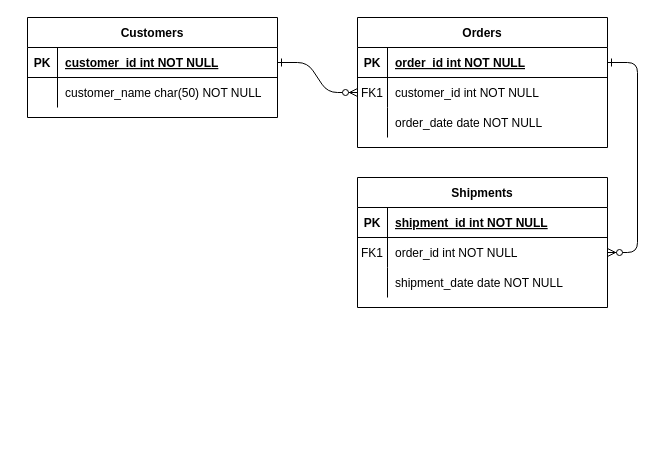
This is Untitled Diagram.drawio from Nebojsa001/Online-rezervacija-termina-RMBMS, a draw.io file, before an edit. Source tidied: cells renumbered, new cells numbered last; positions are measured from the earlier drawing's top-left corner, leaving out a move shared by most shapes. Both pictures are drawn from the tidied source at 100%, with x=0, y=0 at pixel (27, 17).
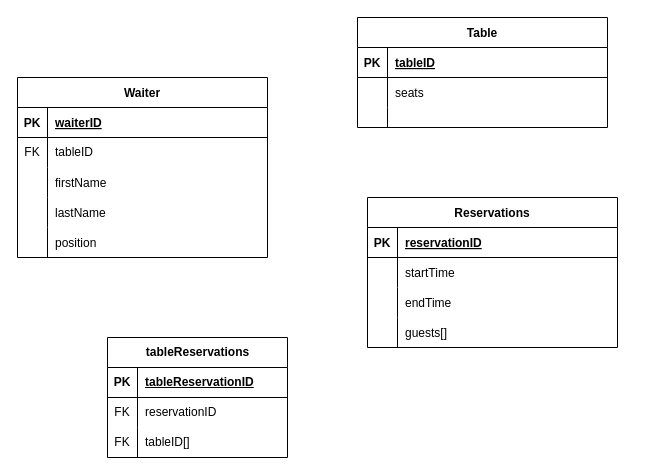
The same page after the edit.

The change refers to these unchanged cells:
```xml
<mxCell id="5" style="shape=partialRectangle;fillColor=none;points=[[0,0.5],[1,0.5]];portConstraint=eastwest;top=0;left=0;right=0;bottom=1;" parent="4" vertex="1">
  <mxGeometry y="30" width="250" height="30" as="geometry" />
</mxCell>
<mxCell id="8" style="shape=partialRectangle;fillColor=none;points=[[0,0.5],[1,0.5]];portConstraint=eastwest;top=0;left=0;right=0;bottom=0;" parent="4" vertex="1">
  <mxGeometry y="60" width="250" height="30" as="geometry" />
</mxCell>
<mxCell id="15" style="shape=partialRectangle;fillColor=none;top=0;left=0;right=0;bottom=1;" parent="14" vertex="1">
  <mxGeometry y="30" width="250" height="30" as="geometry" />
</mxCell>
<mxCell id="25" style="shape=partialRectangle;fillColor=none;points=[[0,0.5],[1,0.5]];portConstraint=eastwest;top=0;left=0;right=0;bottom=1;" parent="24" vertex="1">
  <mxGeometry y="30" width="250" height="30" as="geometry" />
</mxCell>
```

Diff of the diagram source:
```diff
@@
-    <mxCell id="2" style="edgeStyle=entityRelationEdgeStyle;endArrow=ERzeroToMany;startArrow=ERone;endFill=1;startFill=0;" parent="1" edge="1" source="25" target="8">
-      <mxGeometry relative="1" as="geometry" />
-    </mxCell>
-    <mxCell id="3" style="edgeStyle=entityRelationEdgeStyle;endArrow=ERzeroToMany;startArrow=ERone;endFill=1;startFill=0;" parent="1" edge="1" source="5" target="18">
-      <mxGeometry relative="1" as="geometry" />
-    </mxCell>
-    <mxCell id="4" value="Orders" style="shape=table;startSize=30;childLayout=tableLayout;rowLines=0;fontStyle=1;align=center;" parent="1" vertex="1">
-      <mxGeometry x="330" width="250" height="130" as="geometry" />
+    <mxCell id="4" value="Table" style="shape=table;startSize=30;childLayout=tableLayout;rowLines=0;fontStyle=1;align=center;" parent="1" vertex="1">
+      <mxGeometry x="330" width="250" height="110" as="geometry" />
     </mxCell>
@@
-    <mxCell id="7" value="order_id int NOT NULL " style="shape=partialRectangle;overflow=hidden;fillColor=none;top=0;left=0;bottom=0;right=0;align=left;spacingLeft=6;fontStyle=5;" parent="5" vertex="1">
+    <mxCell id="7" value="tableID" style="shape=partialRectangle;overflow=hidden;fillColor=none;top=0;left=0;bottom=0;right=0;align=left;spacingLeft=6;fontStyle=5;" parent="5" vertex="1">
       <mxGeometry x="30" width="220" height="30" as="geometry" />
     </mxCell>
@@
-    <mxCell id="9" value="FK1" style="shape=partialRectangle;overflow=hidden;fillColor=none;top=0;left=0;bottom=0;right=0;" parent="8" vertex="1">
+    <mxCell id="9" style="shape=partialRectangle;overflow=hidden;fillColor=none;top=0;left=0;bottom=0;right=0;" parent="8" vertex="1">
       <mxGeometry width="30" height="30" as="geometry" />
     </mxCell>
-    <mxCell id="10" value="customer_id int NOT NULL" style="shape=partialRectangle;overflow=hidden;fillColor=none;top=0;left=0;bottom=0;right=0;align=left;spacingLeft=6;" parent="8" vertex="1">
+    <mxCell id="10" value="seats" style="shape=partialRectangle;overflow=hidden;fillColor=none;top=0;left=0;bottom=0;right=0;align=left;spacingLeft=6;" parent="8" vertex="1">
       <mxGeometry x="30" width="220" height="30" as="geometry" />
     </mxCell>
     <mxCell id="11" style="shape=partialRectangle;fillColor=none;top=0;left=0;right=0;bottom=0;" parent="4" vertex="1">
-      <mxGeometry y="90" width="250" height="30" as="geometry" />
+      <mxGeometry y="90" width="250" height="20" as="geometry" />
     </mxCell>
     <mxCell id="12" style="shape=partialRectangle;overflow=hidden;fillColor=none;top=0;left=0;bottom=0;right=0;" parent="11" vertex="1">
-      <mxGeometry width="30" height="30" as="geometry" />
+      <mxGeometry width="30" height="20" as="geometry" />
     </mxCell>
-    <mxCell id="13" value="order_date date NOT NULL" style="shape=partialRectangle;overflow=hidden;fillColor=none;top=0;left=0;bottom=0;right=0;align=left;spacingLeft=6;" parent="11" vertex="1">
-      <mxGeometry x="30" width="220" height="30" as="geometry" />
+    <mxCell id="13" style="shape=partialRectangle;overflow=hidden;fillColor=none;top=0;left=0;bottom=0;right=0;align=left;spacingLeft=6;" parent="11" vertex="1">
+      <mxGeometry x="30" width="220" height="20" as="geometry" />
     </mxCell>
-    <mxCell id="14" value="Shipments" style="shape=table;startSize=30;childLayout=tableLayout;rowLines=0;fontStyle=1;align=center;" parent="1" vertex="1">
-      <mxGeometry x="330" y="160" width="250" height="130" as="geometry" />
+    <mxCell id="14" value="Reservations" style="shape=table;startSize=30;childLayout=tableLayout;rowLines=0;fontStyle=1;align=center;" parent="1" vertex="1">
+      <mxGeometry x="340" y="180" width="250" height="150" as="geometry" />
     </mxCell>
@@
-    <mxCell id="17" value="shipment_id int NOT NULL " style="shape=partialRectangle;overflow=hidden;fillColor=none;top=0;left=0;bottom=0;right=0;align=left;spacingLeft=6;fontStyle=5;" parent="15" vertex="1">
+    <mxCell id="17" value="reservationID" style="shape=partialRectangle;overflow=hidden;fillColor=none;top=0;left=0;bottom=0;right=0;align=left;spacingLeft=6;fontStyle=5;" parent="15" vertex="1">
       <mxGeometry x="30" width="220" height="30" as="geometry" />
     </mxCell>
-    <mxCell id="18" style="shape=partialRectangle;fillColor=none;points=[[0,0.5],[1,0.5]];portConstraint=eastwest;top=0;left=0;right=0;bottom=0;" parent="14" vertex="1">
-      <mxGeometry y="60" width="250" height="30" as="geometry" />
-    </mxCell>
-    <mxCell id="19" value="FK1" style="shape=partialRectangle;overflow=hidden;fillColor=none;top=0;left=0;bottom=0;right=0;" parent="18" vertex="1">
-      <mxGeometry width="30" height="30" as="geometry" />
-    </mxCell>
-    <mxCell id="20" value="order_id int NOT NULL" style="shape=partialRectangle;overflow=hidden;fillColor=none;top=0;left=0;bottom=0;right=0;align=left;spacingLeft=6;" parent="18" vertex="1">
-      <mxGeometry x="30" width="220" height="30" as="geometry" />
-    </mxCell>
     <mxCell id="21" style="shape=partialRectangle;fillColor=none;top=0;left=0;right=0;bottom=0;" parent="14" vertex="1">
-      <mxGeometry y="90" width="250" height="30" as="geometry" />
+      <mxGeometry y="60" width="250" height="30" as="geometry" />
     </mxCell>
@@
-    <mxCell id="23" value="shipment_date date NOT NULL" style="shape=partialRectangle;overflow=hidden;fillColor=none;top=0;left=0;bottom=0;right=0;align=left;spacingLeft=6;" parent="21" vertex="1">
+    <mxCell id="23" value="startTime" style="shape=partialRectangle;overflow=hidden;fillColor=none;top=0;left=0;bottom=0;right=0;align=left;spacingLeft=6;" parent="21" vertex="1">
       <mxGeometry x="30" width="220" height="30" as="geometry" />
     </mxCell>
+    <mxCell id="31" style="shape=tableRow;horizontal=0;startSize=0;swimlaneHead=0;swimlaneBody=0;fillColor=none;top=0;left=0;right=0;bottom=0;" parent="14" vertex="1">
+      <mxGeometry y="90" width="250" height="30" as="geometry" />
+    </mxCell>
+    <mxCell id="32" style="shape=partialRectangle;fillColor=none;top=0;left=0;bottom=0;right=0;overflow=hidden;" parent="31" vertex="1">
+      <mxGeometry width="30" height="30" as="geometry" />
+    </mxCell>
+    <mxCell id="33" value="endTime" style="shape=partialRectangle;fillColor=none;top=0;left=0;bottom=0;right=0;align=left;spacingLeft=6;overflow=hidden;" parent="31" vertex="1">
+      <mxGeometry x="30" width="220" height="30" as="geometry" />
+    </mxCell>
+    <mxCell id="34" style="shape=tableRow;horizontal=0;startSize=0;swimlaneHead=0;swimlaneBody=0;fillColor=none;top=0;left=0;right=0;bottom=0;" parent="14" vertex="1">
+      <mxGeometry y="120" width="250" height="30" as="geometry" />
+    </mxCell>
+    <mxCell id="35" style="shape=partialRectangle;fillColor=none;top=0;left=0;bottom=0;right=0;overflow=hidden;" parent="34" vertex="1">
+      <mxGeometry width="30" height="30" as="geometry" />
+    </mxCell>
+    <mxCell id="36" value="guests[]" style="shape=partialRectangle;fillColor=none;top=0;left=0;bottom=0;right=0;align=left;spacingLeft=6;overflow=hidden;" parent="34" vertex="1">
+      <mxGeometry x="30" width="220" height="30" as="geometry" />
+    </mxCell>
-    <mxCell id="24" value="Customers" style="shape=table;startSize=30;childLayout=tableLayout;rowLines=0;fontStyle=1;align=center;" parent="1" vertex="1">
-      <mxGeometry width="250" height="100" as="geometry" />
+    <mxCell id="24" value="Waiter" style="shape=table;startSize=30;childLayout=tableLayout;rowLines=0;fontStyle=1;align=center;" parent="1" vertex="1">
+      <mxGeometry x="-10" y="60" width="250" height="180" as="geometry" />
     </mxCell>
@@
-    <mxCell id="27" value="customer_id int NOT NULL " style="shape=partialRectangle;overflow=hidden;fillColor=none;top=0;left=0;bottom=0;right=0;align=left;spacingLeft=6;fontStyle=5;" parent="25" vertex="1">
+    <mxCell id="27" value="waiterID" style="shape=partialRectangle;overflow=hidden;fillColor=none;top=0;left=0;bottom=0;right=0;align=left;spacingLeft=6;fontStyle=5;" parent="25" vertex="1">
       <mxGeometry x="30" width="220" height="30" as="geometry" />
     </mxCell>
+    <mxCell id="37" style="shape=tableRow;horizontal=0;startSize=0;swimlaneHead=0;swimlaneBody=0;fillColor=none;top=0;left=0;right=0;bottom=0;" parent="24" vertex="1">
+      <mxGeometry y="60" width="250" height="30" as="geometry" />
+    </mxCell>
+    <mxCell id="38" value="FK" style="shape=partialRectangle;fillColor=none;top=0;left=0;bottom=0;right=0;fontStyle=0;overflow=hidden;whiteSpace=wrap;html=1;" parent="37" vertex="1">
+      <mxGeometry width="30" height="30" as="geometry" />
+    </mxCell>
+    <mxCell id="39" value="tableID" style="shape=partialRectangle;fillColor=none;top=0;left=0;bottom=0;right=0;align=left;spacingLeft=6;fontStyle=0;overflow=hidden;whiteSpace=wrap;html=1;" parent="37" vertex="1">
+      <mxGeometry x="30" width="220" height="30" as="geometry" />
+    </mxCell>
     <mxCell id="28" style="shape=partialRectangle;fillColor=none;top=0;left=0;right=0;bottom=0;" parent="24" vertex="1">
-      <mxGeometry y="60" width="250" height="30" as="geometry" />
+      <mxGeometry y="90" width="250" height="30" as="geometry" />
     </mxCell>
@@
-    <mxCell id="30" value="customer_name char(50) NOT NULL" style="shape=partialRectangle;overflow=hidden;fillColor=none;top=0;left=0;bottom=0;right=0;align=left;spacingLeft=6;" parent="28" vertex="1">
+    <mxCell id="30" value="firstName" style="shape=partialRectangle;overflow=hidden;fillColor=none;top=0;left=0;bottom=0;right=0;align=left;spacingLeft=6;" parent="28" vertex="1">
       <mxGeometry x="30" width="220" height="30" as="geometry" />
     </mxCell>
+    <mxCell id="40" style="shape=tableRow;horizontal=0;startSize=0;swimlaneHead=0;swimlaneBody=0;fillColor=none;top=0;left=0;right=0;bottom=0;" parent="24" vertex="1">
+      <mxGeometry y="120" width="250" height="30" as="geometry" />
+    </mxCell>
+    <mxCell id="41" style="shape=partialRectangle;fillColor=none;top=0;left=0;bottom=0;right=0;overflow=hidden;" parent="40" vertex="1">
+      <mxGeometry width="30" height="30" as="geometry" />
+    </mxCell>
+    <mxCell id="42" value="lastName" style="shape=partialRectangle;fillColor=none;top=0;left=0;bottom=0;right=0;align=left;spacingLeft=6;overflow=hidden;" parent="40" vertex="1">
+      <mxGeometry x="30" width="220" height="30" as="geometry" />
+    </mxCell>
+    <mxCell id="43" style="shape=tableRow;horizontal=0;startSize=0;swimlaneHead=0;swimlaneBody=0;fillColor=none;top=0;left=0;right=0;bottom=0;" parent="24" vertex="1">
+      <mxGeometry y="150" width="250" height="30" as="geometry" />
+    </mxCell>
+    <mxCell id="44" style="shape=partialRectangle;fillColor=none;top=0;left=0;bottom=0;right=0;overflow=hidden;" parent="43" vertex="1">
+      <mxGeometry width="30" height="30" as="geometry" />
+    </mxCell>
+    <mxCell id="45" value="position" style="shape=partialRectangle;fillColor=none;top=0;left=0;bottom=0;right=0;align=left;spacingLeft=6;overflow=hidden;" parent="43" vertex="1">
+      <mxGeometry x="30" width="220" height="30" as="geometry" />
+    </mxCell>
+    <mxCell id="46" value="tableReservations" style="shape=table;startSize=30;childLayout=tableLayout;rowLines=0;fontStyle=1;align=center;html=1;" parent="1" vertex="1">
+      <mxGeometry x="80" y="320" width="180" height="120" as="geometry" />
+    </mxCell>
+    <mxCell id="47" style="shape=tableRow;horizontal=0;startSize=0;swimlaneHead=0;swimlaneBody=0;fillColor=none;top=0;left=0;right=0;bottom=1;" parent="46" vertex="1">
+      <mxGeometry y="30" width="180" height="30" as="geometry" />
+    </mxCell>
+    <mxCell id="48" value="PK" style="shape=partialRectangle;fillColor=none;top=0;left=0;bottom=0;right=0;fontStyle=1;overflow=hidden;whiteSpace=wrap;html=1;" parent="47" vertex="1">
+      <mxGeometry width="30" height="30" as="geometry" />
+    </mxCell>
+    <mxCell id="49" value="tableReservationID" style="shape=partialRectangle;fillColor=none;top=0;left=0;bottom=0;right=0;align=left;spacingLeft=6;fontStyle=5;overflow=hidden;whiteSpace=wrap;html=1;" parent="47" vertex="1">
+      <mxGeometry x="30" width="150" height="30" as="geometry" />
+    </mxCell>
+    <mxCell id="50" style="shape=tableRow;horizontal=0;startSize=0;swimlaneHead=0;swimlaneBody=0;fillColor=none;top=0;left=0;right=0;bottom=0;" parent="46" vertex="1">
+      <mxGeometry y="60" width="180" height="30" as="geometry" />
+    </mxCell>
+    <mxCell id="51" value="FK" style="shape=partialRectangle;fillColor=none;top=0;left=0;bottom=0;right=0;fontStyle=0;overflow=hidden;whiteSpace=wrap;html=1;" parent="50" vertex="1">
+      <mxGeometry width="30" height="30" as="geometry" />
+    </mxCell>
+    <mxCell id="52" value="reservationID" style="shape=partialRectangle;fillColor=none;top=0;left=0;bottom=0;right=0;align=left;spacingLeft=6;fontStyle=0;overflow=hidden;whiteSpace=wrap;html=1;" parent="50" vertex="1">
+      <mxGeometry x="30" width="150" height="30" as="geometry" />
+    </mxCell>
+    <mxCell id="53" style="shape=tableRow;horizontal=0;startSize=0;swimlaneHead=0;swimlaneBody=0;fillColor=none;top=0;left=0;right=0;bottom=0;" parent="46" vertex="1">
+      <mxGeometry y="90" width="180" height="30" as="geometry" />
+    </mxCell>
+    <mxCell id="54" value="FK" style="shape=partialRectangle;fillColor=none;top=0;left=0;bottom=0;right=0;fontStyle=0;overflow=hidden;whiteSpace=wrap;html=1;" parent="53" vertex="1">
+      <mxGeometry width="30" height="30" as="geometry" />
+    </mxCell>
+    <mxCell id="55" value="tableID[]" style="shape=partialRectangle;fillColor=none;top=0;left=0;bottom=0;right=0;align=left;spacingLeft=6;fontStyle=0;overflow=hidden;whiteSpace=wrap;html=1;" parent="53" vertex="1">
+      <mxGeometry x="30" width="150" height="30" as="geometry" />
+    </mxCell>
```
